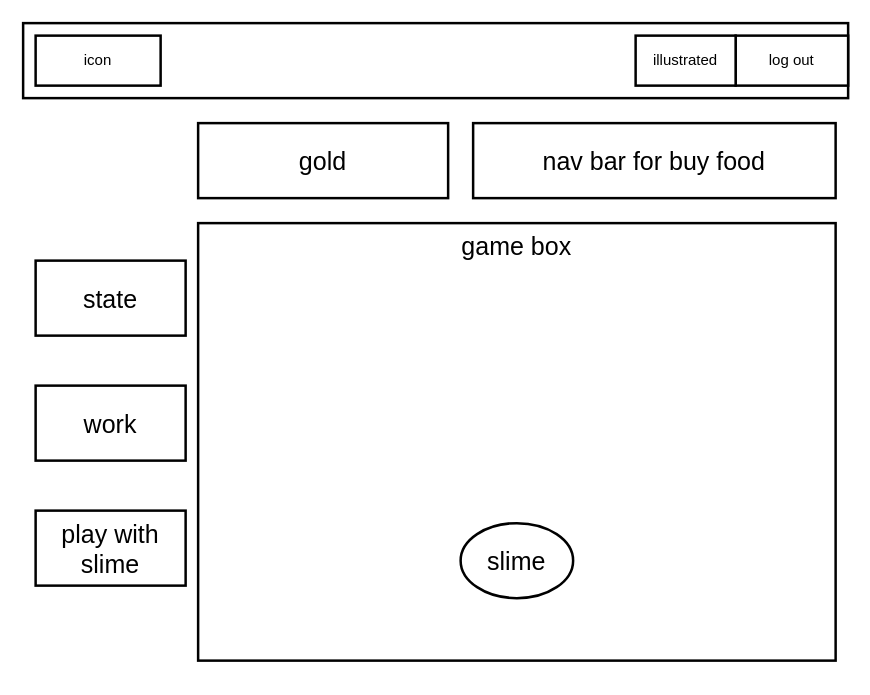
yt20chill/BAD-Project-Eatvolution keeps this draw.io diagram as page "game page" (3 of 5) of docs/bad.dio. Above is the earlier version. Source tidied: cells renumbered, new cells numbered last; positions are measured from the earlier drawing's top-left corner, leaving out a move shared by most shapes. Both pictures are drawn from the tidied source at 125%, with x=0, y=0 at pixel (22, 22).
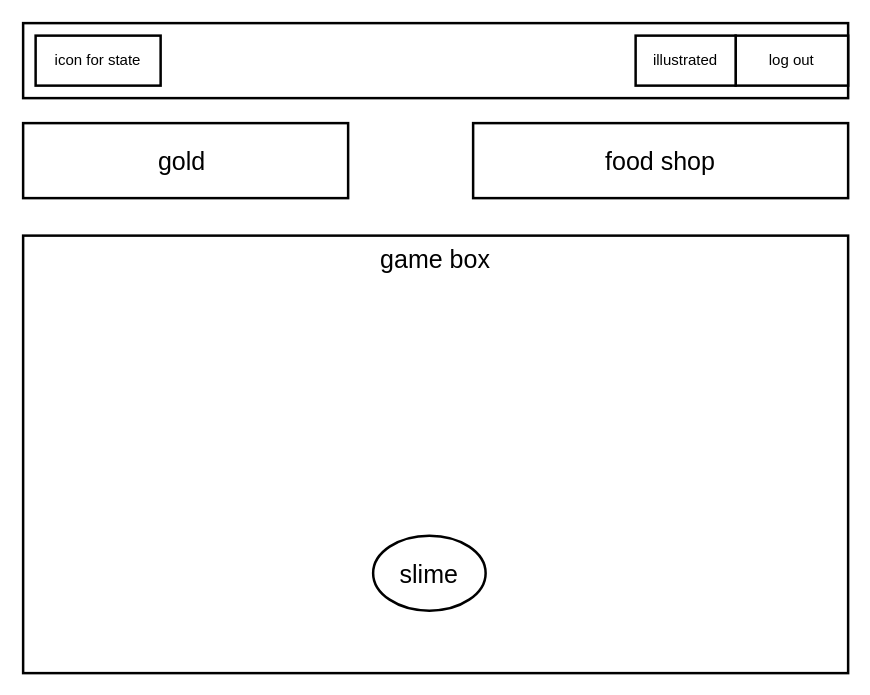
After the change.

Change to the diagram source:
```diff
@@
 <mxGraphModel>
   <root>
     <mxCell id="0" />
     <mxCell id="1" parent="0" />
     <mxCell id="2" style="rounded=0;whiteSpace=wrap;html=1;strokeWidth=2;fontSize=30;" parent="1" vertex="1">
       <mxGeometry width="660" height="60" as="geometry" />
     </mxCell>
     <mxCell id="3" value="log out" style="rounded=0;whiteSpace=wrap;html=1;strokeWidth=2;fontSize=12;" parent="1" vertex="1">
       <mxGeometry x="570" y="10" width="90" height="40" as="geometry" />
     </mxCell>
     <mxCell id="4" value="illustrated" style="rounded=0;whiteSpace=wrap;html=1;strokeWidth=2;fontSize=12;" parent="1" vertex="1">
       <mxGeometry x="490" y="10" width="80" height="40" as="geometry" />
     </mxCell>
-    <mxCell id="5" value="icon" style="rounded=0;whiteSpace=wrap;html=1;strokeWidth=2;fontSize=12;" parent="1" vertex="1">
+    <mxCell id="5" value="icon for state" style="rounded=0;whiteSpace=wrap;html=1;strokeWidth=2;fontSize=12;" parent="1" vertex="1">
       <mxGeometry x="10" y="10" width="100" height="40" as="geometry" />
     </mxCell>
     <mxCell id="6" value="game box" style="rounded=0;whiteSpace=wrap;html=1;strokeWidth=2;fontSize=20;align=center;labelPosition=center;verticalLabelPosition=middle;verticalAlign=top;" parent="1" vertex="1">
-      <mxGeometry x="140" y="160" width="510" height="350" as="geometry" />
+      <mxGeometry y="170" width="660" height="350" as="geometry" />
     </mxCell>
     <mxCell id="7" value="slime" style="ellipse;whiteSpace=wrap;html=1;strokeWidth=2;fontSize=20;" parent="1" vertex="1">
-      <mxGeometry x="350" y="400" width="90" height="60" as="geometry" />
+      <mxGeometry x="280" y="410" width="90" height="60" as="geometry" />
     </mxCell>
-    <mxCell id="8" value="nav bar for buy food" style="rounded=0;whiteSpace=wrap;html=1;strokeWidth=2;fontSize=20;" parent="1" vertex="1">
-      <mxGeometry x="360" y="80" width="290" height="60" as="geometry" />
+    <mxCell id="8" value="food shop" style="rounded=0;whiteSpace=wrap;html=1;strokeWidth=2;fontSize=20;" parent="1" vertex="1">
+      <mxGeometry x="360" y="80" width="300" height="60" as="geometry" />
     </mxCell>
-    <mxCell id="9" value="gold" style="rounded=0;whiteSpace=wrap;html=1;strokeWidth=2;fontSize=20;" parent="1" vertex="1">
-      <mxGeometry x="140" y="80" width="200" height="60" as="geometry" />
+    <mxCell id="9" value="gold&amp;nbsp;" style="rounded=0;whiteSpace=wrap;html=1;strokeWidth=2;fontSize=20;" parent="1" vertex="1">
+      <mxGeometry y="80" width="260" height="60" as="geometry" />
     </mxCell>
-    <mxCell id="10" value="work" style="rounded=0;whiteSpace=wrap;html=1;strokeWidth=2;fontSize=20;" parent="1" vertex="1">
-      <mxGeometry x="10" y="290" width="120" height="60" as="geometry" />
-    </mxCell>
-    <mxCell id="11" value="state" style="rounded=0;whiteSpace=wrap;html=1;strokeWidth=2;fontSize=20;" parent="1" vertex="1">
-      <mxGeometry x="10" y="190" width="120" height="60" as="geometry" />
-    </mxCell>
-    <mxCell id="12" value="play with slime" style="rounded=0;whiteSpace=wrap;html=1;strokeWidth=2;fontSize=20;" parent="1" vertex="1">
-      <mxGeometry x="10" y="390" width="120" height="60" as="geometry" />
-    </mxCell>
   </root>
 </mxGraphModel>
```
